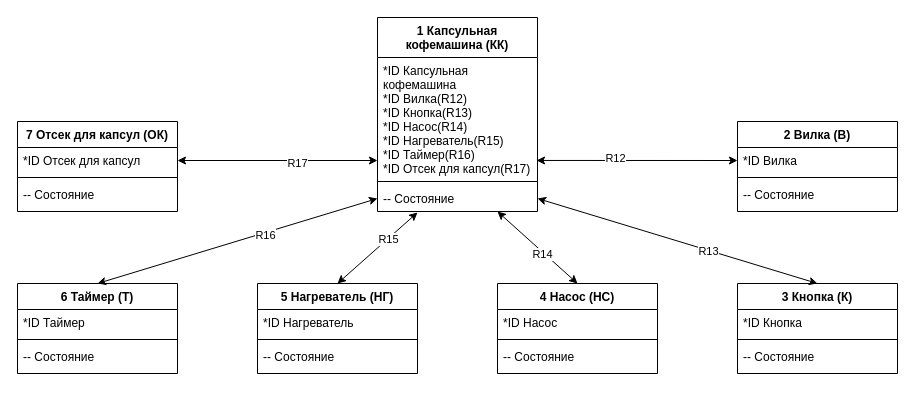
The draw.io diagram page "ИНФ_МОДЕЛЬ" (1 of 6) of OOP/5/5.drawio in A-Alaxov/4_sem, before the edit. Source tidied: cells renumbered, new cells numbered last; positions are measured from the earlier drawing's top-left corner, leaving out a move shared by most shapes. Both pictures are drawn from the tidied source at 100%, with x=0, y=0 at pixel (17, 17).
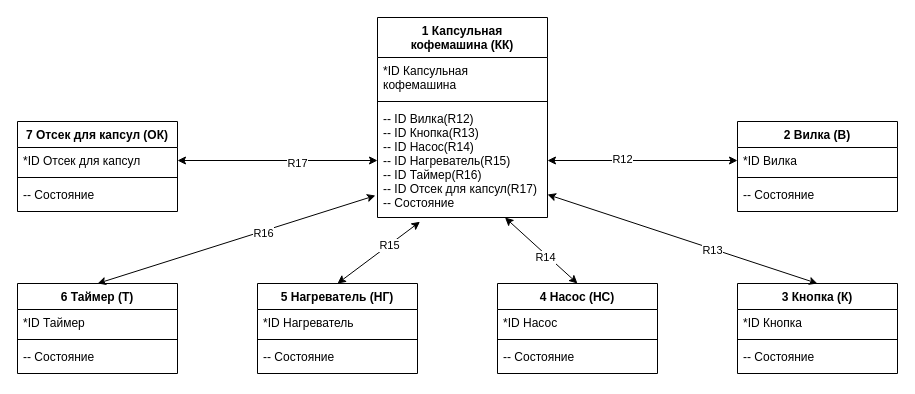
After the change.

Unchanged cells that the change refers to:
```xml
<mxCell id="6" value="3 Кнопка (К)" style="swimlane;fontStyle=1;align=center;verticalAlign=top;horizontal=1;startSize=26;" parent="1" vertex="1">
  <mxGeometry x="720" y="266" width="160" height="90" as="geometry" />
</mxCell>
<mxCell id="22" value="6 Таймер (Т)" style="swimlane;fontStyle=1;align=center;verticalAlign=top;horizontal=1;startSize=26;" parent="1" vertex="1">
  <mxGeometry y="266" width="160" height="90" as="geometry" />
</mxCell>
<mxCell id="31" value="*ID Вилка" style="text;strokeColor=none;fillColor=none;align=left;verticalAlign=top;spacingLeft=4;spacingRight=4;overflow=hidden;points=[[0,0.5],[1,0.5]];portConstraint=eastwest;" parent="30" vertex="1">
  <mxGeometry y="26" width="160" height="26" as="geometry" />
</mxCell>
```

Diff of the diagram source:
```diff
@@
     <mxCell id="2" value="1 Капсульная&#10;кофемашина (КК)" style="swimlane;fontStyle=1;align=center;verticalAlign=top;horizontal=1;startSize=40;" parent="1" vertex="1">
-      <mxGeometry x="360" width="160" height="194" as="geometry" />
+      <mxGeometry x="360" width="170" height="200" as="geometry" />
     </mxCell>
-    <mxCell id="3" value="*ID Капсульная&#10;кофемашина&#10;*ID Вилка(R12)&#10;*ID Кнопка(R13)&#10;*ID Насос(R14)&#10;*ID Нагреватель(R15)&#10;*ID Таймер(R16)&#10;*ID Отсек для капсул(R17)" style="text;strokeColor=none;fillColor=none;align=left;verticalAlign=top;spacingLeft=4;spacingRight=4;overflow=hidden;points=[[0,0.5],[1,0.5]];portConstraint=eastwest;" parent="2" vertex="1">
-      <mxGeometry y="40" width="160" height="120" as="geometry" />
+    <mxCell id="3" value="*ID Капсульная&#10;кофемашина" style="text;strokeColor=none;fillColor=none;align=left;verticalAlign=top;spacingLeft=4;spacingRight=4;overflow=hidden;points=[[0,0.5],[1,0.5]];portConstraint=eastwest;" parent="2" vertex="1">
+      <mxGeometry y="40" width="170" height="40" as="geometry" />
     </mxCell>
     <mxCell id="4" style="line;strokeWidth=1;fillColor=none;align=left;verticalAlign=middle;spacingTop=-1;spacingLeft=3;spacingRight=3;labelPosition=right;" parent="2" vertex="1">
-      <mxGeometry y="160" width="160" height="8" as="geometry" />
+      <mxGeometry y="80" width="170" height="8" as="geometry" />
     </mxCell>
-    <mxCell id="5" value="-- Состояние" style="text;strokeColor=none;fillColor=none;align=left;verticalAlign=top;spacingLeft=4;spacingRight=4;overflow=hidden;points=[[0,0.5],[1,0.5]];portConstraint=eastwest;" parent="2" vertex="1">
-      <mxGeometry y="168" width="160" height="26" as="geometry" />
+    <mxCell id="5" value="-- ID Вилка(R12)&#10;-- ID Кнопка(R13)&#10;-- ID Насос(R14)&#10;-- ID Нагреватель(R15)&#10;-- ID Таймер(R16)&#10;-- ID Отсек для капсул(R17)&#10;-- Состояние" style="text;strokeColor=none;fillColor=none;align=left;verticalAlign=top;spacingLeft=4;spacingRight=4;overflow=hidden;points=[[0,0.5],[1,0.5]];portConstraint=eastwest;" parent="2" vertex="1">
+      <mxGeometry y="88" width="170" height="112" as="geometry" />
     </mxCell>
@@
-    <mxCell id="10" style="endArrow=classic;startArrow=classic;html=1;exitX=0.5;exitY=0;exitDx=0;exitDy=0;entryX=1;entryY=0.5;entryDx=0;entryDy=0;" parent="1" edge="1" source="6" target="5">
+    <mxCell id="10" style="endArrow=classic;startArrow=classic;html=1;exitX=0.5;exitY=0;exitDx=0;exitDy=0;entryX=1;entryY=0.795;entryDx=0;entryDy=0;entryPerimeter=0;" parent="1" edge="1" source="6" target="5">
       <mxGeometry relative="1" as="geometry" />
     </mxCell>
@@
-    <mxCell id="28" style="endArrow=classic;startArrow=classic;html=1;exitX=0.5;exitY=0;exitDx=0;exitDy=0;entryX=0;entryY=0.5;entryDx=0;entryDy=0;" parent="1" edge="1" source="22" target="5">
+    <mxCell id="28" style="endArrow=classic;startArrow=classic;html=1;exitX=0.5;exitY=0;exitDx=0;exitDy=0;entryX=-0.012;entryY=0.804;entryDx=0;entryDy=0;entryPerimeter=0;" parent="1" edge="1" source="22" target="5">
       <mxGeometry relative="1" as="geometry" />
     </mxCell>
@@
-    <mxCell id="34" style="endArrow=classic;startArrow=classic;html=1;exitX=0.994;exitY=0.858;exitDx=0;exitDy=0;entryX=0;entryY=0.5;entryDx=0;entryDy=0;exitPerimeter=0;" parent="1" edge="1" source="3" target="31">
-      <mxGeometry relative="1" as="geometry" />
+    <mxCell id="34" style="endArrow=classic;startArrow=classic;html=1;entryX=0;entryY=0.5;entryDx=0;entryDy=0;" parent="1" edge="1" target="31">
+      <mxGeometry relative="1" as="geometry">
+        <mxPoint x="530" y="143" as="sourcePoint" />
+      </mxGeometry>
     </mxCell>
```
